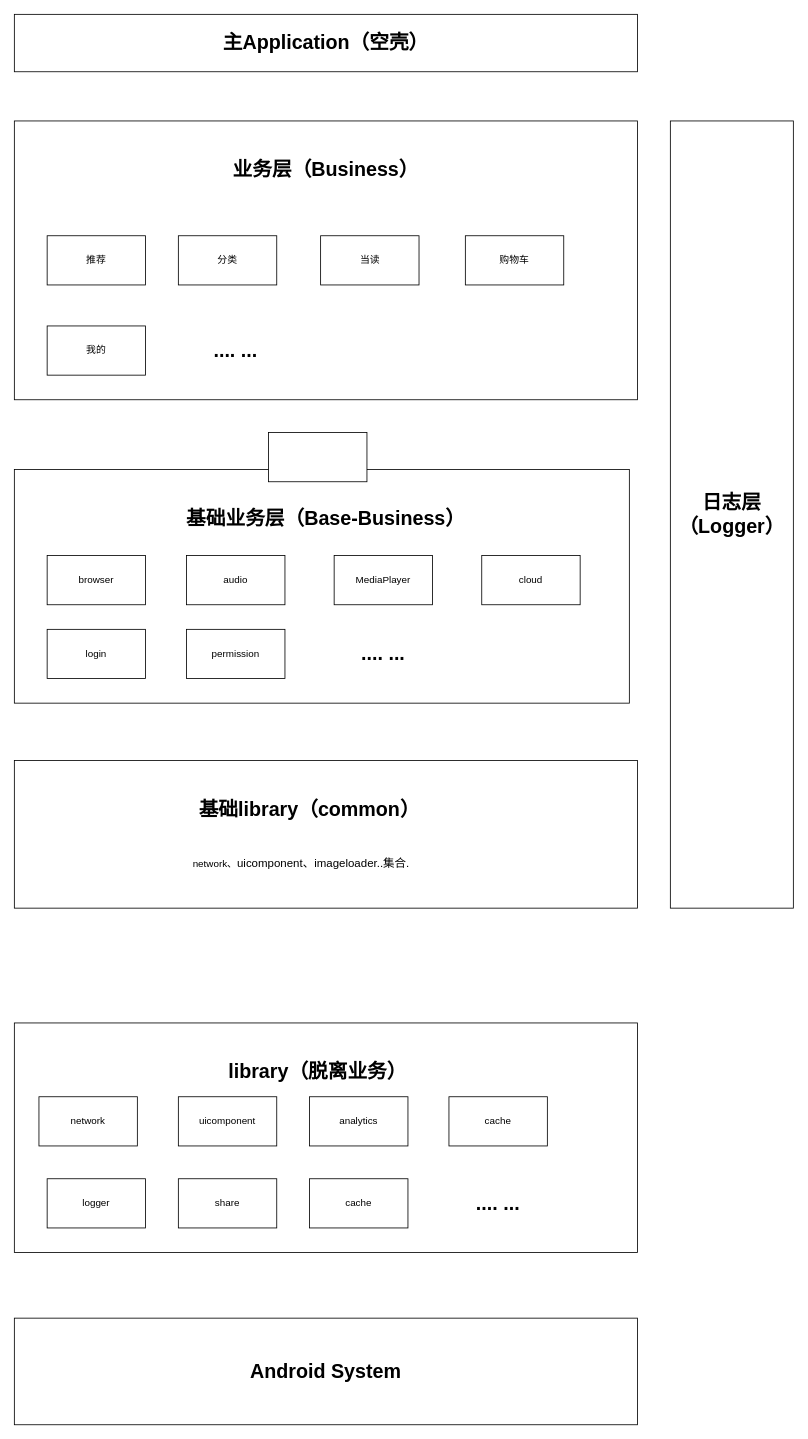
Before: 组件化架构图.drawio in wellcao/Android-Repertory, a draw.io diagram. Source tidied: cells renumbered, new cells numbered last; positions are measured from the earlier drawing's top-left corner, leaving out a move shared by most shapes. Both pictures are drawn from the tidied source at 82%, with x=0, y=0 at pixel (14, 14).
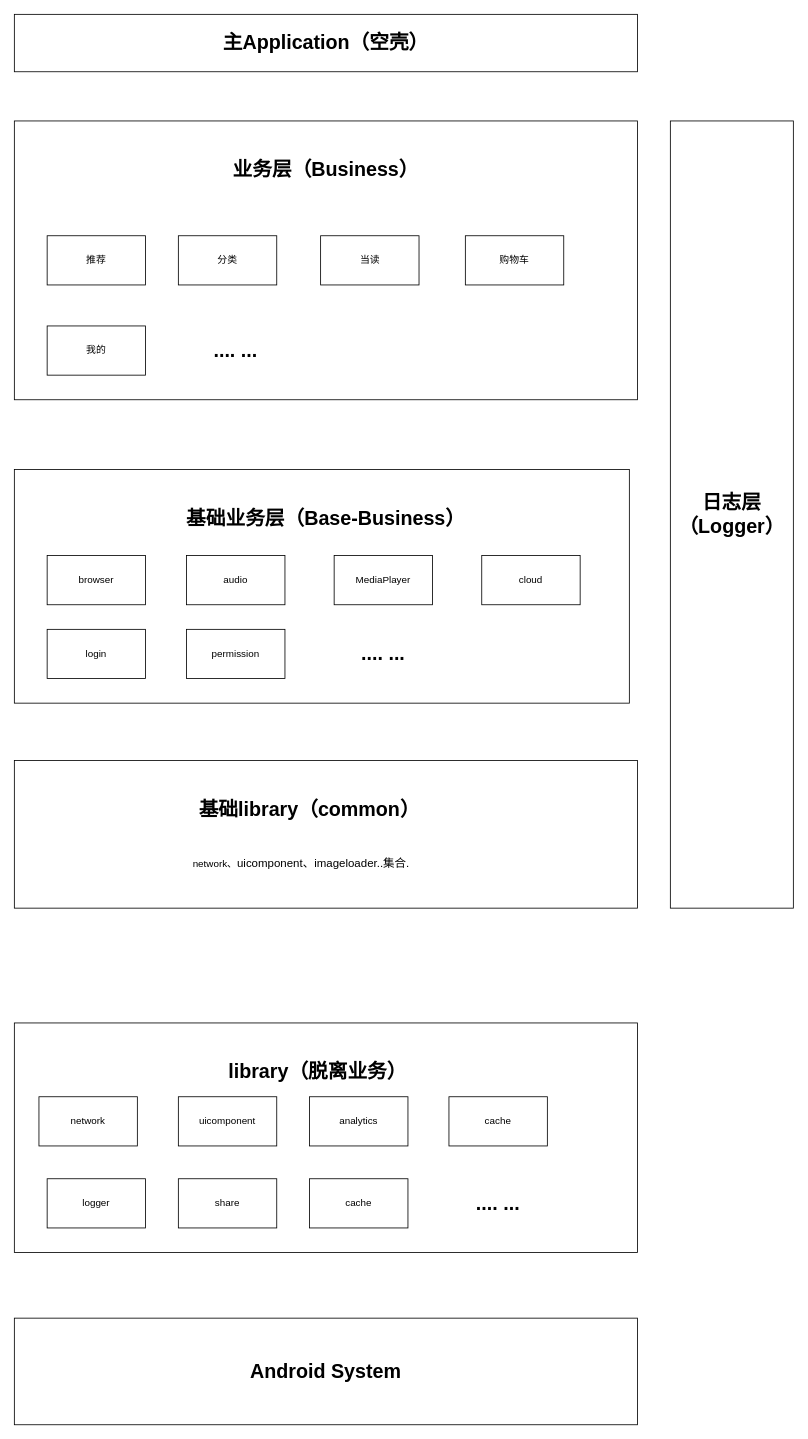
The same page after the edit.

Commit message (it also covers changes not shown here):
Update 组件化架构图.drawio

Change to the diagram source:
```diff
@@
-    <mxCell id="23" style="rounded=0;whiteSpace=wrap;html=1;strokeColor=#000000;" parent="1" vertex="1">
-      <mxGeometry x="310" y="510" width="120" height="60" as="geometry" />
-    </mxCell>
```
